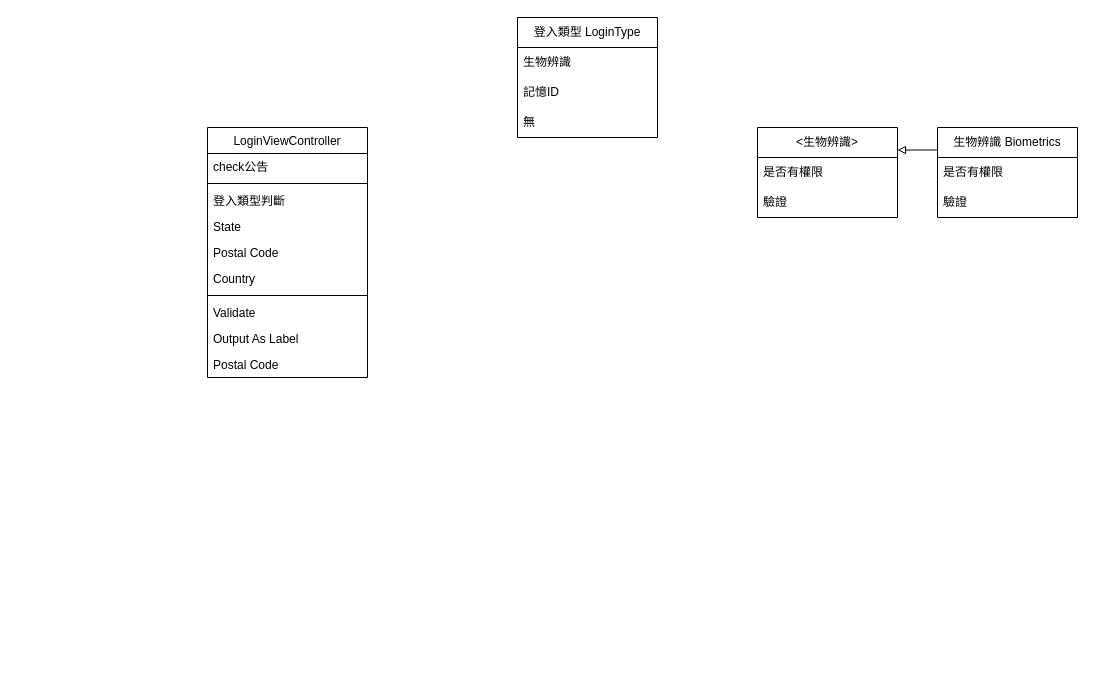
Above: page "Page-1" (1 of 2) of 2/登入.drawio in CapitalMobile/swift_giselle_practice (draw.io), before the change. Source tidied: cells renumbered, new cells numbered last; positions are measured from the earlier drawing's top-left corner, leaving out a move shared by most shapes. Both pictures are drawn from the tidied source at 100%, with x=0, y=0 at pixel (207, 17).
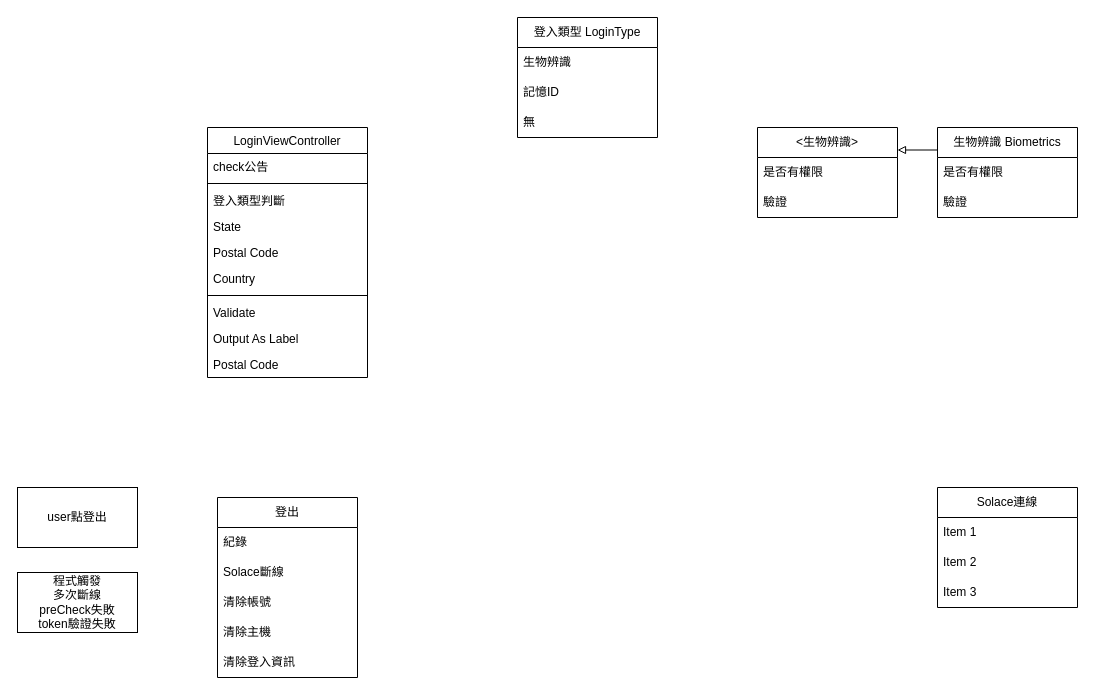
Above is the later version.

The edit, as a diff of the source:
```diff
@@
+    <mxCell id="24" value="登出" style="swimlane;fontStyle=0;horizontal=1;startSize=30;whiteSpace=wrap;html=1;" parent="1" vertex="1">
+      <mxGeometry x="10" y="480" width="140" height="180" as="geometry" />
+    </mxCell>
+    <mxCell id="25" value="紀錄" style="text;strokeColor=none;fillColor=none;align=left;verticalAlign=middle;spacingLeft=4;spacingRight=4;overflow=hidden;whiteSpace=wrap;html=1;" parent="24" vertex="1">
+      <mxGeometry y="30" width="140" height="30" as="geometry" />
+    </mxCell>
+    <mxCell id="26" value="Solace斷線" style="text;strokeColor=none;fillColor=none;align=left;verticalAlign=middle;spacingLeft=4;spacingRight=4;overflow=hidden;whiteSpace=wrap;html=1;" parent="24" vertex="1">
+      <mxGeometry y="60" width="140" height="30" as="geometry" />
+    </mxCell>
+    <mxCell id="27" value="清除帳號" style="text;strokeColor=none;fillColor=none;align=left;verticalAlign=middle;spacingLeft=4;spacingRight=4;overflow=hidden;whiteSpace=wrap;html=1;" parent="24" vertex="1">
+      <mxGeometry y="90" width="140" height="30" as="geometry" />
+    </mxCell>
+    <mxCell id="28" value="清除主機" style="text;strokeColor=none;fillColor=none;align=left;verticalAlign=middle;spacingLeft=4;spacingRight=4;overflow=hidden;whiteSpace=wrap;html=1;" parent="24" vertex="1">
+      <mxGeometry y="120" width="140" height="30" as="geometry" />
+    </mxCell>
+    <mxCell id="29" value="清除登入資訊" style="text;strokeColor=none;fillColor=none;align=left;verticalAlign=middle;spacingLeft=4;spacingRight=4;overflow=hidden;whiteSpace=wrap;html=1;" parent="24" vertex="1">
+      <mxGeometry y="150" width="140" height="30" as="geometry" />
+    </mxCell>
+    <mxCell id="30" value="Solace連線" style="swimlane;fontStyle=0;horizontal=1;startSize=30;whiteSpace=wrap;html=1;" parent="1" vertex="1">
+      <mxGeometry x="730" y="470" width="140" height="120" as="geometry" />
+    </mxCell>
+    <mxCell id="31" value="Item 1" style="text;strokeColor=none;fillColor=none;align=left;verticalAlign=middle;spacingLeft=4;spacingRight=4;overflow=hidden;whiteSpace=wrap;html=1;" parent="30" vertex="1">
+      <mxGeometry y="30" width="140" height="30" as="geometry" />
+    </mxCell>
+    <mxCell id="32" value="Item 2" style="text;strokeColor=none;fillColor=none;align=left;verticalAlign=middle;spacingLeft=4;spacingRight=4;overflow=hidden;whiteSpace=wrap;html=1;" parent="30" vertex="1">
+      <mxGeometry y="60" width="140" height="30" as="geometry" />
+    </mxCell>
+    <mxCell id="33" value="Item 3" style="text;strokeColor=none;fillColor=none;align=left;verticalAlign=middle;spacingLeft=4;spacingRight=4;overflow=hidden;whiteSpace=wrap;html=1;" parent="30" vertex="1">
+      <mxGeometry y="90" width="140" height="30" as="geometry" />
+    </mxCell>
+    <mxCell id="34" value="user點登出" style="rounded=0;whiteSpace=wrap;html=1;" parent="1" vertex="1">
+      <mxGeometry x="-190" y="470" width="120" height="60" as="geometry" />
+    </mxCell>
+    <mxCell id="35" value="程式觸發&lt;br&gt;多次斷線&lt;br&gt;preCheck失敗&lt;br&gt;token驗證失敗" style="rounded=0;whiteSpace=wrap;html=1;" parent="1" vertex="1">
+      <mxGeometry x="-190" y="555" width="120" height="60" as="geometry" />
+    </mxCell>
```
